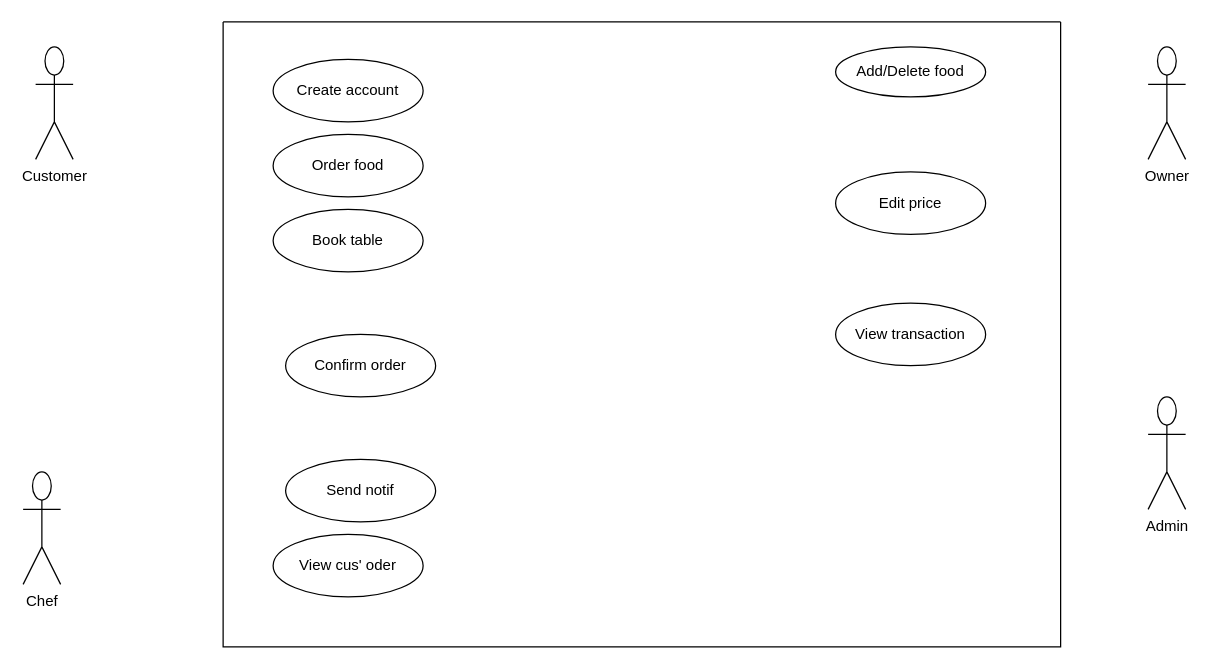
Earlier version of the draw.io diagram Untitled Diagram.drawio (minhphonghp2003/image). Source tidied: cells renumbered, new cells numbered last; positions are measured from the earlier drawing's top-left corner, leaving out a move shared by most shapes. Both pictures are drawn from the tidied source at 125%, with x=0, y=0 at pixel (22, 21).
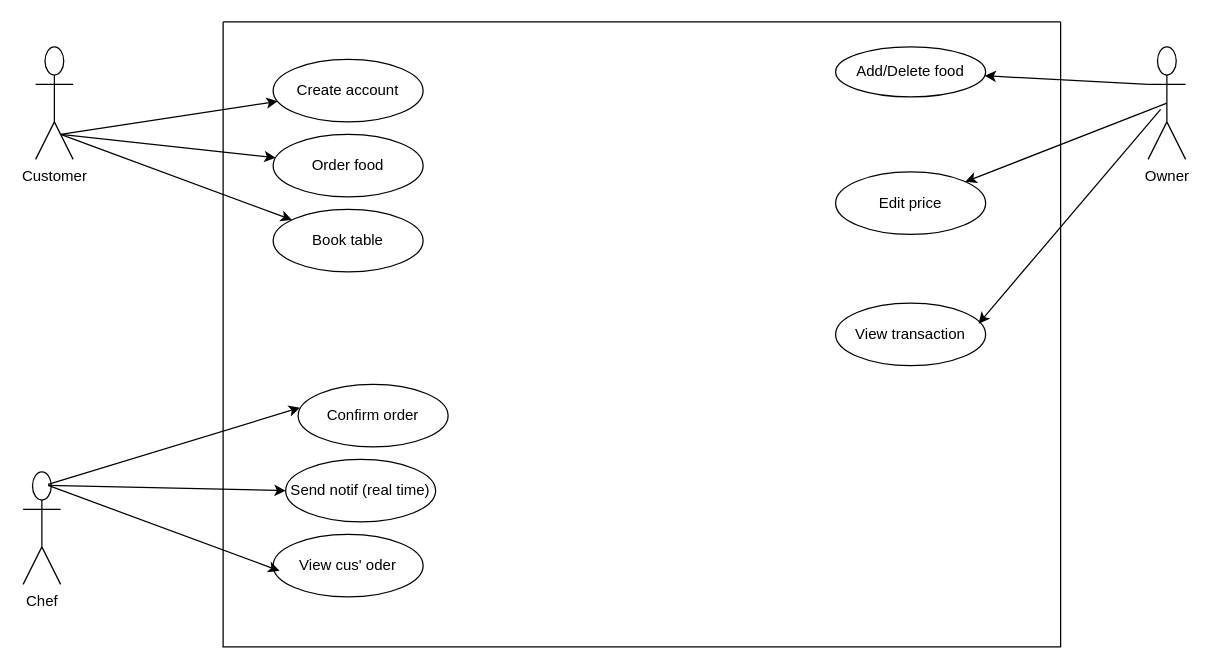
The same page after the edit.

Unchanged cells that the change refers to:
```xml
<mxCell id="4" value="Owner" style="shape=umlActor;verticalLabelPosition=bottom;verticalAlign=top;html=1;outlineConnect=0;shadow=0;" parent="1" vertex="1">
  <mxGeometry x="900" y="20" width="30" height="90" as="geometry" />
</mxCell>
<mxCell id="6" style="swimlane;startSize=0;labelBorderColor=default;" parent="1" vertex="1">
  <mxGeometry x="160" width="670" height="500" as="geometry" />
</mxCell>
<mxCell id="7" value="Create account" style="ellipse;labelBorderColor=none;verticalAlign=middle;html=1;whiteSpace=wrap;" parent="6" vertex="1">
  <mxGeometry x="40" y="30" width="120" height="50" as="geometry" />
</mxCell>
<mxCell id="8" value="Book table" style="ellipse;labelBorderColor=none;verticalAlign=middle;html=1;whiteSpace=wrap;" parent="6" vertex="1">
  <mxGeometry x="40" y="150" width="120" height="50" as="geometry" />
</mxCell>
<mxCell id="10" value="View transaction" style="ellipse;labelBorderColor=none;verticalAlign=middle;html=1;whiteSpace=wrap;" parent="6" vertex="1">
  <mxGeometry x="490" y="225" width="120" height="50" as="geometry" />
</mxCell>
<mxCell id="12" value="Edit price" style="ellipse;labelBorderColor=none;verticalAlign=middle;html=1;whiteSpace=wrap;" parent="6" vertex="1">
  <mxGeometry x="490" y="120" width="120" height="50" as="geometry" />
</mxCell>
<mxCell id="13" value="Add/Delete food" style="ellipse;labelBorderColor=none;verticalAlign=middle;html=1;whiteSpace=wrap;" parent="6" vertex="1">
  <mxGeometry x="490" y="20" width="120" height="40" as="geometry" />
</mxCell>
<mxCell id="15" value="Order food" style="ellipse;labelBorderColor=none;verticalAlign=middle;html=1;whiteSpace=wrap;" parent="6" vertex="1">
  <mxGeometry x="40" y="90" width="120" height="50" as="geometry" />
</mxCell>
```

Diff of the diagram source:
```diff
@@
-    <mxCell id="5" value="Admin" style="shape=umlActor;verticalLabelPosition=bottom;verticalAlign=top;html=1;shadow=0;" parent="1" vertex="1">
-      <mxGeometry x="900" y="300" width="30" height="90" as="geometry" />
-    </mxCell>
@@
-    <mxCell id="11" value="Send notif" style="ellipse;labelBorderColor=none;verticalAlign=middle;html=1;whiteSpace=wrap;" parent="6" vertex="1">
+    <mxCell id="11" value="Send notif (real time)" style="ellipse;labelBorderColor=none;verticalAlign=middle;html=1;whiteSpace=wrap;" parent="6" vertex="1">
       <mxGeometry x="50" y="350" width="120" height="50" as="geometry" />
     </mxCell>
@@
     <mxCell id="14" value="Confirm order" style="ellipse;labelBorderColor=none;verticalAlign=middle;html=1;whiteSpace=wrap;" parent="6" vertex="1">
-      <mxGeometry x="50" y="250" width="120" height="50" as="geometry" />
+      <mxGeometry x="60" y="290" width="120" height="50" as="geometry" />
     </mxCell>
@@
+    <mxCell id="16" style="endArrow=classic;html=1;rounded=0;" parent="1" edge="1" target="7">
+      <mxGeometry relative="1" as="geometry">
+        <mxPoint x="30" y="90" as="sourcePoint" />
+      </mxGeometry>
+    </mxCell>
+    <mxCell id="17" style="endArrow=classic;html=1;rounded=0;" parent="1" edge="1" target="15">
+      <mxGeometry relative="1" as="geometry">
+        <mxPoint x="30" y="90" as="sourcePoint" />
+      </mxGeometry>
+    </mxCell>
+    <mxCell id="18" style="endArrow=classic;html=1;rounded=0;" parent="1" edge="1" target="8">
+      <mxGeometry relative="1" as="geometry">
+        <mxPoint x="30" y="90" as="sourcePoint" />
+      </mxGeometry>
+    </mxCell>
+    <mxCell id="19" style="endArrow=classic;html=1;rounded=0;" parent="1" edge="1">
+      <mxGeometry relative="1" as="geometry">
+        <mxPoint x="20" y="370.8" as="sourcePoint" />
+        <mxPoint x="205.1" y="439.2" as="targetPoint" />
+      </mxGeometry>
+    </mxCell>
+    <mxCell id="20" style="endArrow=classic;html=1;rounded=0;entryX=0;entryY=0.5;entryDx=0;entryDy=0;" parent="1" edge="1" target="11">
+      <mxGeometry relative="1" as="geometry">
+        <mxPoint x="20" y="370.8" as="sourcePoint" />
+      </mxGeometry>
+    </mxCell>
+    <mxCell id="21" style="endArrow=classic;html=1;rounded=0;entryX=0.013;entryY=0.372;entryDx=0;entryDy=0;entryPerimeter=0;" parent="1" edge="1" target="14">
+      <mxGeometry relative="1" as="geometry">
+        <mxPoint x="20" y="370" as="sourcePoint" />
+      </mxGeometry>
+    </mxCell>
+    <mxCell id="22" style="endArrow=classic;html=1;rounded=0;" parent="1" edge="1" target="13">
+      <mxGeometry relative="1" as="geometry">
+        <mxPoint x="900" y="50" as="sourcePoint" />
+      </mxGeometry>
+    </mxCell>
+    <mxCell id="23" style="endArrow=classic;html=1;rounded=0;exitX=0.5;exitY=0.5;exitDx=0;exitDy=0;exitPerimeter=0;" parent="1" edge="1" source="4" target="12">
+      <mxGeometry relative="1" as="geometry" />
+    </mxCell>
+    <mxCell id="24" style="endArrow=classic;html=1;rounded=0;entryX=0.953;entryY=0.328;entryDx=0;entryDy=0;entryPerimeter=0;" parent="1" edge="1" target="10">
+      <mxGeometry relative="1" as="geometry">
+        <mxPoint x="910" y="70" as="sourcePoint" />
+      </mxGeometry>
+    </mxCell>
```
